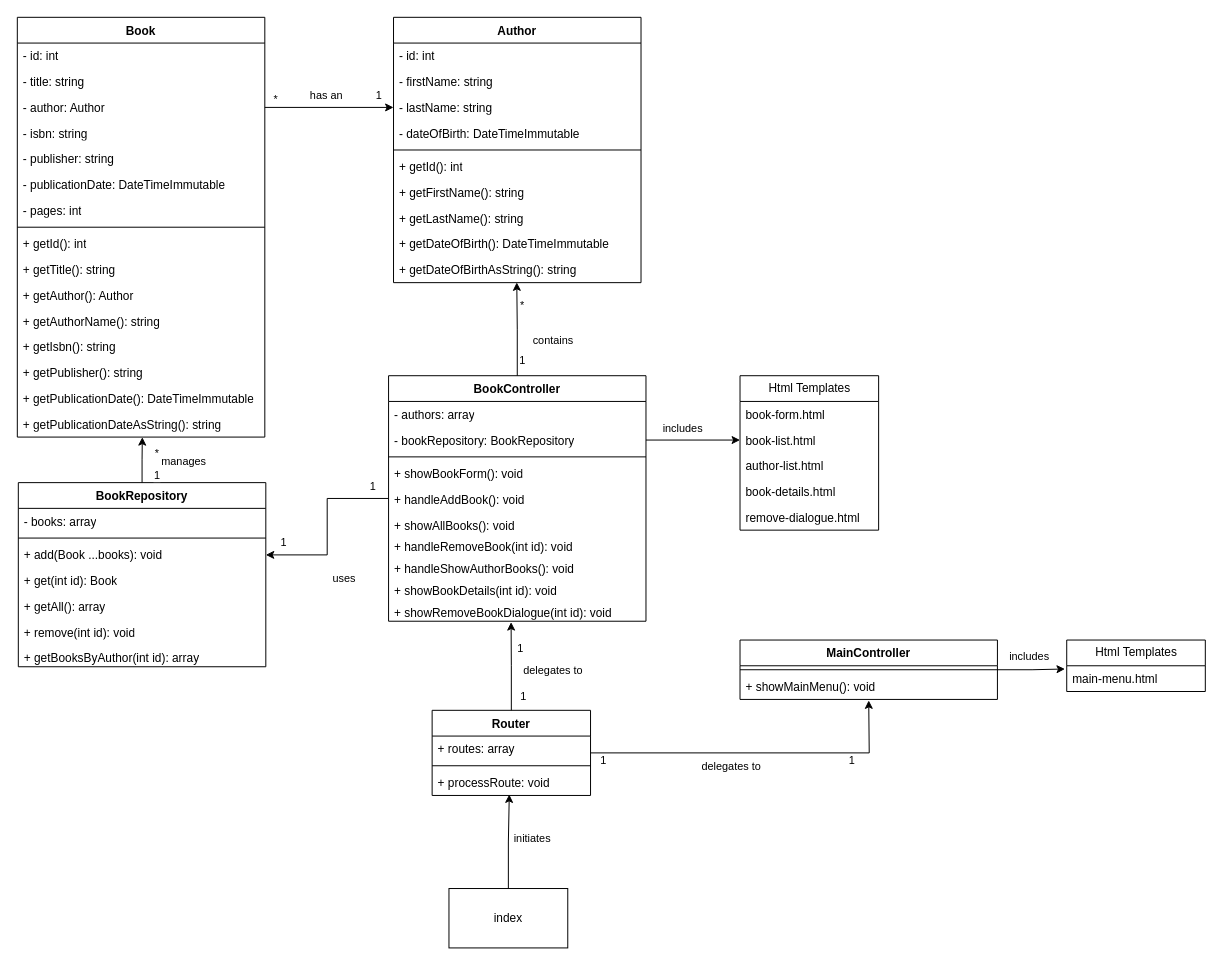
Earlier version of the draw.io diagram 05 - HTML & Forms & Sessions/library2.drawio (gglerum/php-lessen). Source tidied: cells renumbered, new cells numbered last; positions are measured from the earlier drawing's top-left corner, leaving out a move shared by most shapes. Both pictures are drawn from the tidied source at 99%, with x=0, y=0 at pixel (17, 17).
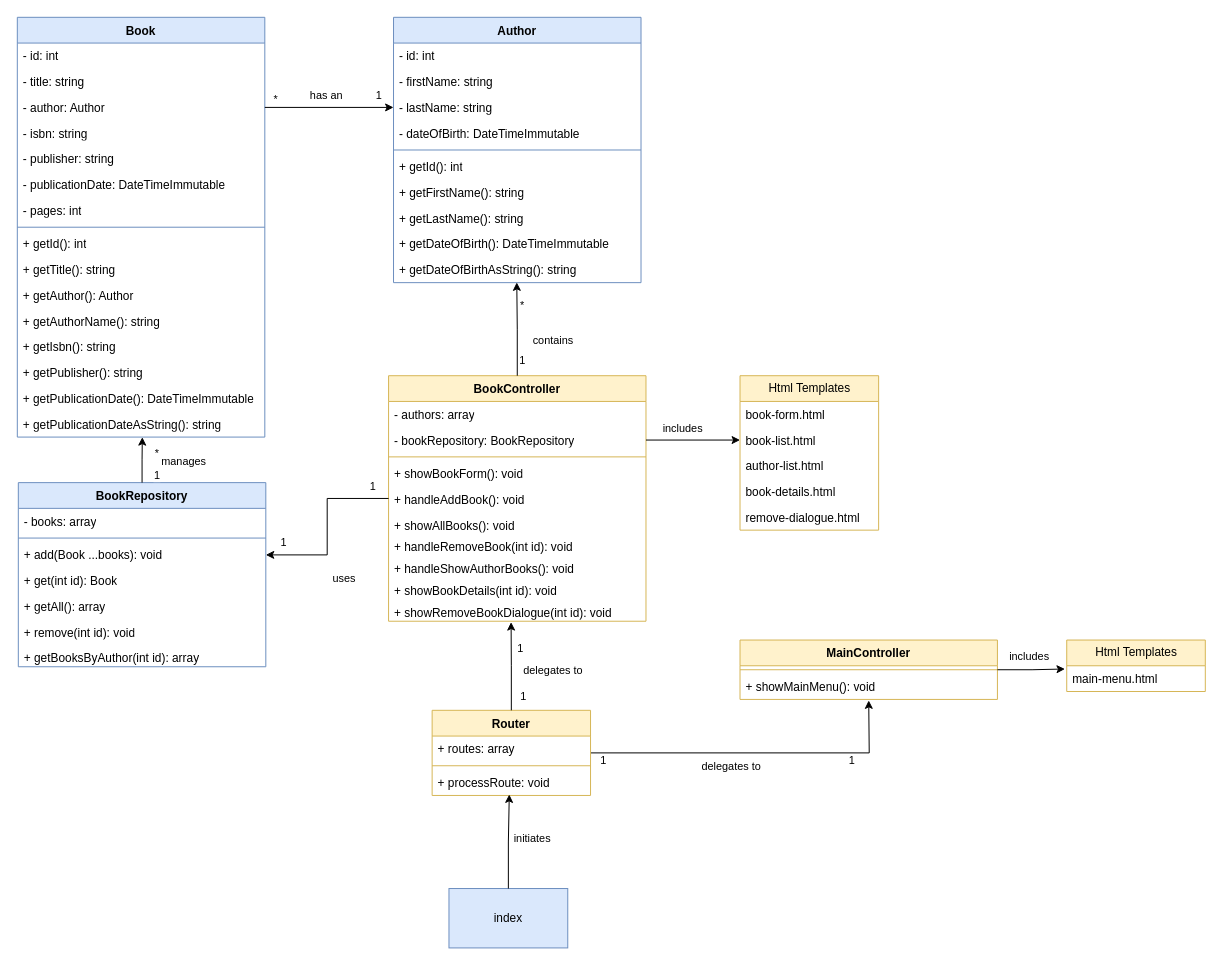
The same page after the edit.

Diff of the diagram source:
```diff
@@
-    <mxCell id="2" value="Book" style="swimlane;fontStyle=1;align=center;verticalAlign=top;horizontal=1;startSize=26;whiteSpace=wrap;html=1;" parent="1" vertex="1">
+    <mxCell id="2" value="Book" style="swimlane;fontStyle=1;align=center;verticalAlign=top;horizontal=1;startSize=26;whiteSpace=wrap;html=1;fillColor=#dae8fc;strokeColor=#6c8ebf;" parent="1" vertex="1">
       <mxGeometry width="250" height="424" as="geometry" />
     </mxCell>
@@
-    <mxCell id="19" value="Author" style="swimlane;fontStyle=1;align=center;verticalAlign=top;horizontal=1;startSize=26;whiteSpace=wrap;html=1;" parent="1" vertex="1">
+    <mxCell id="19" value="Author" style="swimlane;fontStyle=1;align=center;verticalAlign=top;horizontal=1;startSize=26;whiteSpace=wrap;html=1;fillColor=#dae8fc;strokeColor=#6c8ebf;" parent="1" vertex="1">
       <mxGeometry x="380" width="250" height="268" as="geometry" />
     </mxCell>
@@
-    <mxCell id="34" value="BookController" style="swimlane;fontStyle=1;align=center;verticalAlign=top;horizontal=1;startSize=26;whiteSpace=wrap;html=1;" parent="1" vertex="1">
+    <mxCell id="34" value="BookController" style="swimlane;fontStyle=1;align=center;verticalAlign=top;horizontal=1;startSize=26;whiteSpace=wrap;html=1;fillColor=#fff2cc;strokeColor=#d6b656;" parent="1" vertex="1">
       <mxGeometry x="375" y="362" width="260" height="248" as="geometry" />
     </mxCell>
@@
-    <mxCell id="45" value="BookRepository" style="swimlane;fontStyle=1;align=center;verticalAlign=top;horizontal=1;startSize=26;whiteSpace=wrap;html=1;" parent="1" vertex="1">
+    <mxCell id="45" value="BookRepository" style="swimlane;fontStyle=1;align=center;verticalAlign=top;horizontal=1;startSize=26;whiteSpace=wrap;html=1;fillColor=#dae8fc;strokeColor=#6c8ebf;" parent="1" vertex="1">
       <mxGeometry x="1" y="470" width="250" height="186" as="geometry" />
     </mxCell>
@@
-    <mxCell id="61" value="index" style="rounded=0;whiteSpace=wrap;html=1;" parent="1" vertex="1">
+    <mxCell id="61" value="index" style="rounded=0;whiteSpace=wrap;html=1;fillColor=#dae8fc;strokeColor=#6c8ebf;" parent="1" vertex="1">
       <mxGeometry x="436" y="880" width="120" height="60" as="geometry" />
     </mxCell>
-    <mxCell id="62" value="MainController" style="swimlane;fontStyle=1;align=center;verticalAlign=top;horizontal=1;startSize=26;whiteSpace=wrap;html=1;" parent="1" vertex="1">
+    <mxCell id="62" value="MainController" style="swimlane;fontStyle=1;align=center;verticalAlign=top;horizontal=1;startSize=26;whiteSpace=wrap;html=1;fillColor=#fff2cc;strokeColor=#d6b656;" parent="1" vertex="1">
       <mxGeometry x="730" y="629" width="260" height="60" as="geometry" />
     </mxCell>
@@
-    <mxCell id="73" value="Router" style="swimlane;fontStyle=1;align=center;verticalAlign=top;horizontal=1;startSize=26;whiteSpace=wrap;html=1;" parent="1" vertex="1">
+    <mxCell id="73" value="Router" style="swimlane;fontStyle=1;align=center;verticalAlign=top;horizontal=1;startSize=26;whiteSpace=wrap;html=1;fillColor=#fff2cc;strokeColor=#d6b656;" parent="1" vertex="1">
       <mxGeometry x="419" y="700" width="160" height="86" as="geometry" />
     </mxCell>
@@
-    <mxCell id="83" value="Html Templates" style="swimlane;fontStyle=0;horizontal=1;startSize=26;fillColor=none;html=1;" parent="1" vertex="1">
+    <mxCell id="83" value="Html Templates" style="swimlane;fontStyle=0;horizontal=1;startSize=26;fillColor=#fff2cc;html=1;strokeColor=#d6b656;" parent="1" vertex="1">
       <mxGeometry x="730" y="362" width="140" height="156" as="geometry" />
     </mxCell>
@@
-    <mxCell id="89" value="Html Templates" style="swimlane;fontStyle=0;horizontal=1;startSize=26;fillColor=none;html=1;" parent="1" vertex="1">
+    <mxCell id="89" value="Html Templates" style="swimlane;fontStyle=0;horizontal=1;startSize=26;fillColor=#fff2cc;html=1;strokeColor=#d6b656;" parent="1" vertex="1">
       <mxGeometry x="1060" y="629" width="140" height="52" as="geometry" />
     </mxCell>
```
